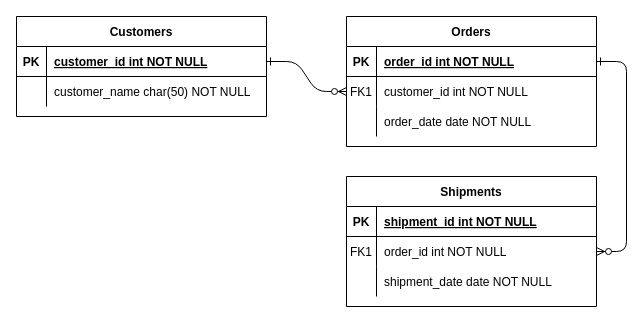
Before: testRelationship.drawio in TRybina132/vetClinic, a draw.io diagram. Source tidied: cells renumbered, new cells numbered last; positions are measured from the earlier drawing's top-left corner, leaving out a move shared by most shapes. Both pictures are drawn from the tidied source at 100%, with x=0, y=0 at pixel (16, 16).
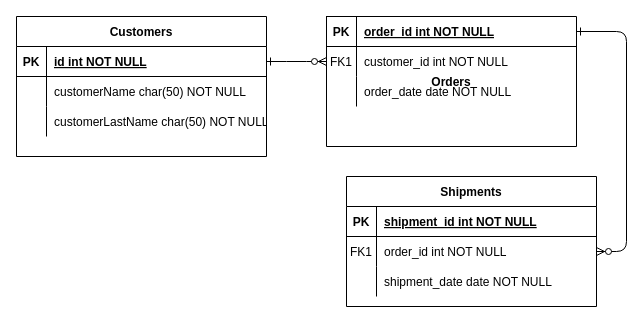
After the change.

Unchanged cells that the change refers to:
```xml
<mxCell id="25" style="shape=partialRectangle;fillColor=none;points=[[0,0.5],[1,0.5]];portConstraint=eastwest;top=0;left=0;right=0;bottom=1;" parent="24" vertex="1">
  <mxGeometry y="30" width="250" height="30" as="geometry" />
</mxCell>
<mxCell id="28" style="shape=partialRectangle;fillColor=none;top=0;left=0;right=0;bottom=0;" parent="24" vertex="1">
  <mxGeometry y="60" width="250" height="30" as="geometry" />
</mxCell>
```

What changed in the source:
```diff
@@
-    <mxCell id="4" value="Orders" style="shape=table;startSize=30;childLayout=tableLayout;rowLines=0;fontStyle=1;align=center;" parent="1" vertex="1">
-      <mxGeometry x="330" width="250" height="130" as="geometry" />
+    <mxCell id="4" value="Orders" style="shape=table;startSize=0;childLayout=tableLayout;rowLines=0;fontStyle=1;align=center;" parent="1" vertex="1">
+      <mxGeometry x="310" width="250" height="130" as="geometry" />
     </mxCell>
     <mxCell id="5" style="shape=partialRectangle;fillColor=none;points=[[0,0.5],[1,0.5]];portConstraint=eastwest;top=0;left=0;right=0;bottom=1;" parent="4" vertex="1">
-      <mxGeometry y="30" width="250" height="30" as="geometry" />
+      <mxGeometry width="250" height="30" as="geometry" />
     </mxCell>
@@
     <mxCell id="8" style="shape=partialRectangle;fillColor=none;points=[[0,0.5],[1,0.5]];portConstraint=eastwest;top=0;left=0;right=0;bottom=0;" parent="4" vertex="1">
-      <mxGeometry y="60" width="250" height="30" as="geometry" />
+      <mxGeometry y="30" width="250" height="30" as="geometry" />
     </mxCell>
@@
     <mxCell id="11" style="shape=partialRectangle;fillColor=none;top=0;left=0;right=0;bottom=0;" parent="4" vertex="1">
-      <mxGeometry y="90" width="250" height="30" as="geometry" />
+      <mxGeometry y="60" width="250" height="30" as="geometry" />
     </mxCell>
@@
     <mxCell id="24" value="Customers" style="shape=table;startSize=30;childLayout=tableLayout;rowLines=0;fontStyle=1;align=center;" parent="1" vertex="1">
-      <mxGeometry width="250" height="100" as="geometry" />
+      <mxGeometry width="250" height="140" as="geometry" />
     </mxCell>
@@
-    <mxCell id="27" value="customer_id int NOT NULL " style="shape=partialRectangle;overflow=hidden;fillColor=none;top=0;left=0;bottom=0;right=0;align=left;spacingLeft=6;fontStyle=5;" parent="25" vertex="1">
+    <mxCell id="27" value="id int NOT NULL " style="shape=partialRectangle;overflow=hidden;fillColor=none;top=0;left=0;bottom=0;right=0;align=left;spacingLeft=6;fontStyle=5;" parent="25" vertex="1">
       <mxGeometry x="30" width="220" height="30" as="geometry" />
     </mxCell>
@@
-    <mxCell id="30" value="customer_name char(50) NOT NULL" style="shape=partialRectangle;overflow=hidden;fillColor=none;top=0;left=0;bottom=0;right=0;align=left;spacingLeft=6;" parent="28" vertex="1">
+    <mxCell id="30" value="customerName char(50) NOT NULL" style="shape=partialRectangle;overflow=hidden;fillColor=none;top=0;left=0;bottom=0;right=0;align=left;spacingLeft=6;" parent="28" vertex="1">
       <mxGeometry x="30" width="220" height="30" as="geometry" />
     </mxCell>
+    <mxCell id="31" style="shape=tableRow;horizontal=0;startSize=0;swimlaneHead=0;swimlaneBody=0;fillColor=none;top=0;left=0;right=0;bottom=0;" parent="24" vertex="1">
+      <mxGeometry y="90" width="250" height="30" as="geometry" />
+    </mxCell>
+    <mxCell id="32" style="shape=partialRectangle;fillColor=none;top=0;left=0;bottom=0;right=0;overflow=hidden;" parent="31" vertex="1">
+      <mxGeometry width="30" height="30" as="geometry" />
+    </mxCell>
+    <mxCell id="33" value="customerLastName char(50) NOT NULL" style="shape=partialRectangle;fillColor=none;top=0;left=0;bottom=0;right=0;align=left;spacingLeft=6;overflow=hidden;" parent="31" vertex="1">
+      <mxGeometry x="30" width="220" height="30" as="geometry" />
+    </mxCell>
```
